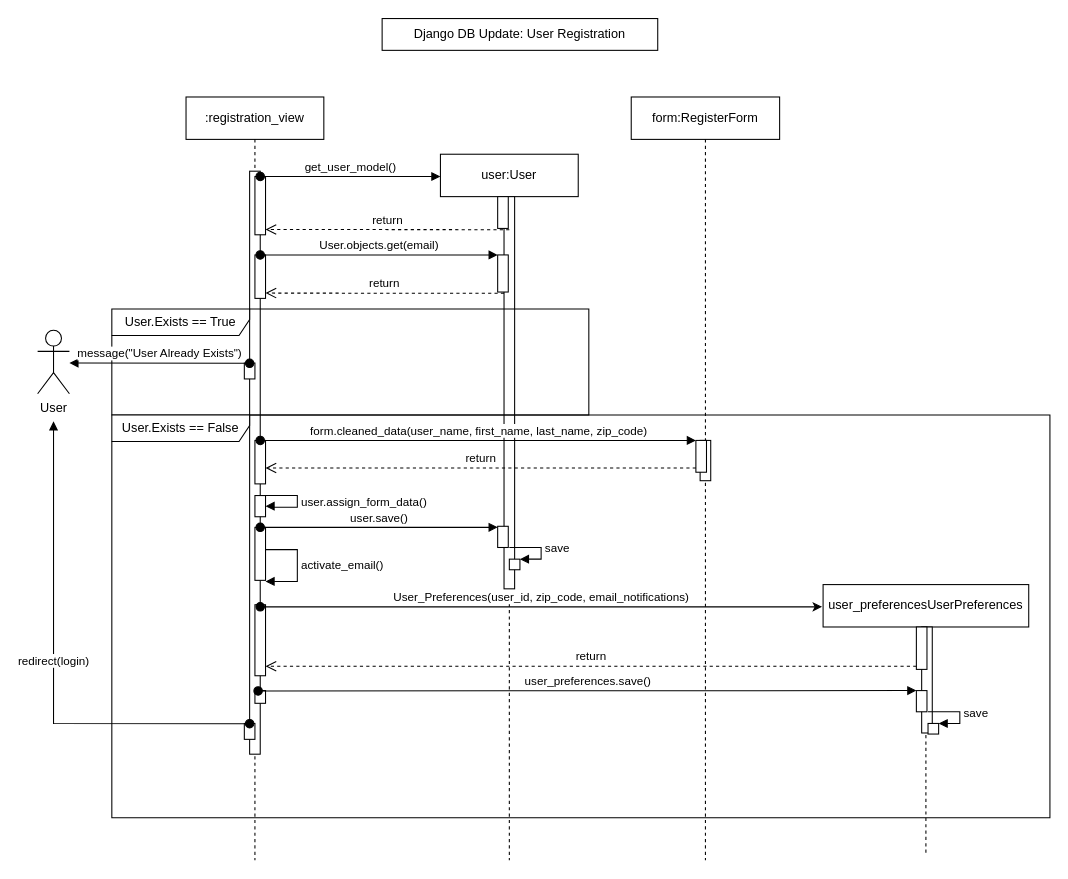
Before: page "Django DB" (3 of 4) of documentation/diagrams/InteractionDiagrams.drawio in PSUCapstone2023-Group1/Clean-Energy-PA, a draw.io diagram. Source tidied: cells renumbered, new cells numbered last; positions are measured from the earlier drawing's top-left corner, leaving out a move shared by most shapes. Both pictures are drawn from the tidied source at 106%, with x=0, y=0 at pixel (37, 18).
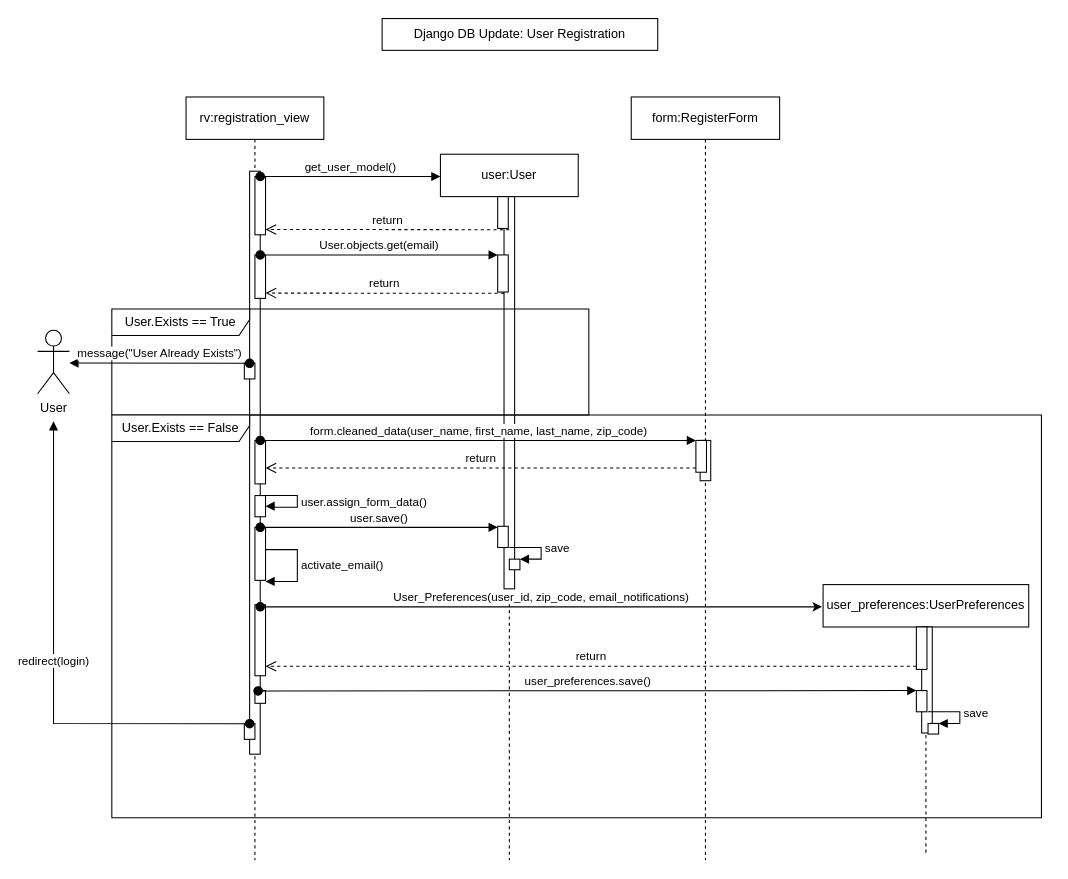
The same page after the edit.

Change to the diagram source:
```diff
@@
-    <mxCell id="9" value="user_preferencesUserPreferences" style="shape=umlLifeline;perimeter=lifelinePerimeter;whiteSpace=wrap;html=1;newEdgeStyle={&quot;edgeStyle&quot;:&quot;elbowEdgeStyle&quot;,&quot;elbow&quot;:&quot;vertical&quot;,&quot;curved&quot;:0,&quot;rounded&quot;:0};" parent="1" vertex="1">
+    <mxCell id="9" value="user_preferences:UserPreferences" style="shape=umlLifeline;perimeter=lifelinePerimeter;whiteSpace=wrap;html=1;newEdgeStyle={&quot;edgeStyle&quot;:&quot;elbowEdgeStyle&quot;,&quot;elbow&quot;:&quot;vertical&quot;,&quot;curved&quot;:0,&quot;rounded&quot;:0};" parent="1" vertex="1">
       <mxGeometry x="741" y="534" width="194" height="255" as="geometry" />
     </mxCell>
@@
-    <mxCell id="16" value=":registration_view" style="shape=umlLifeline;perimeter=lifelinePerimeter;whiteSpace=wrap;html=1;newEdgeStyle={&quot;edgeStyle&quot;:&quot;elbowEdgeStyle&quot;,&quot;elbow&quot;:&quot;vertical&quot;,&quot;curved&quot;:0,&quot;rounded&quot;:0};" parent="1" vertex="1">
+    <mxCell id="16" value="rv:registration_view" style="shape=umlLifeline;perimeter=lifelinePerimeter;whiteSpace=wrap;html=1;newEdgeStyle={&quot;edgeStyle&quot;:&quot;elbowEdgeStyle&quot;,&quot;elbow&quot;:&quot;vertical&quot;,&quot;curved&quot;:0,&quot;rounded&quot;:0};" parent="1" vertex="1">
       <mxGeometry x="140" y="74" width="130" height="720" as="geometry" />
     </mxCell>
@@
     <mxCell id="30" value="User.Exists == False" style="shape=umlFrame;whiteSpace=wrap;html=1;width=130;height=25;" parent="1" vertex="1">
-      <mxGeometry x="70" y="374" width="885" height="380" as="geometry" />
+      <mxGeometry x="70" y="374" width="877" height="380" as="geometry" />
     </mxCell>
```
